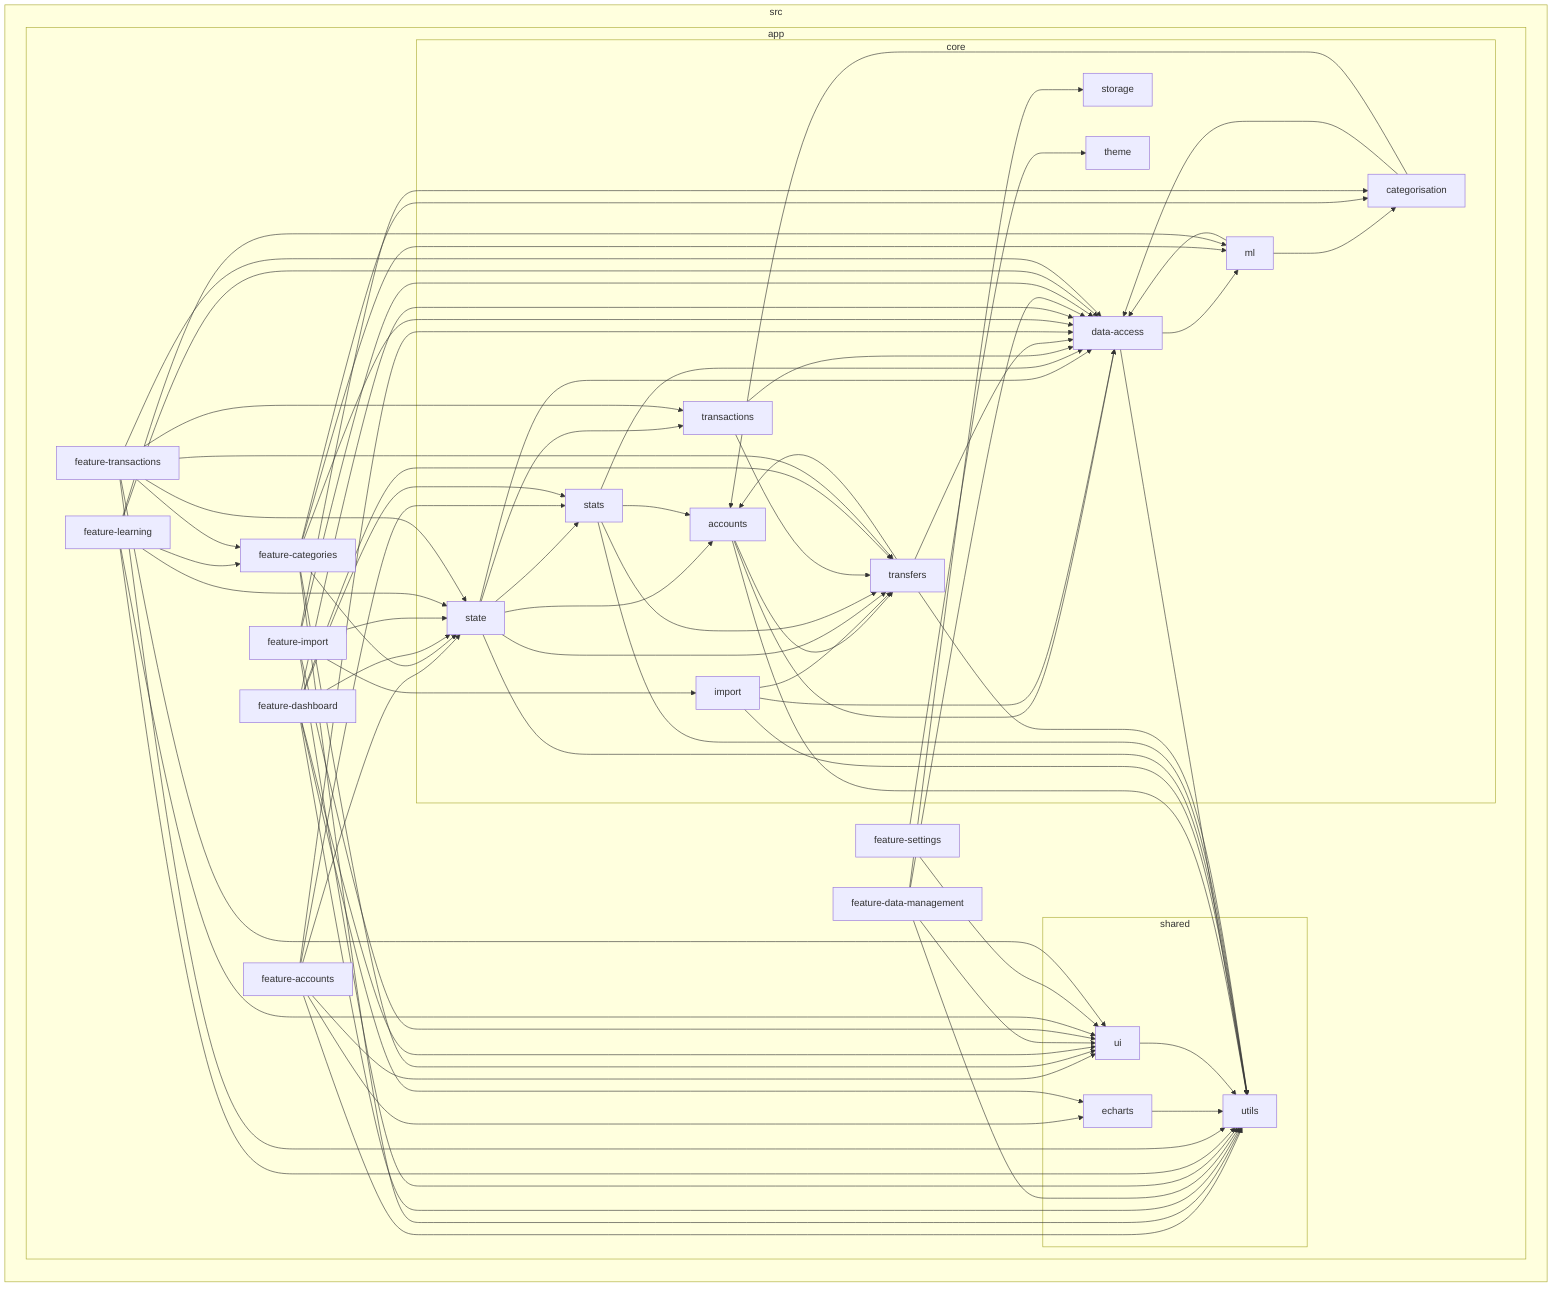
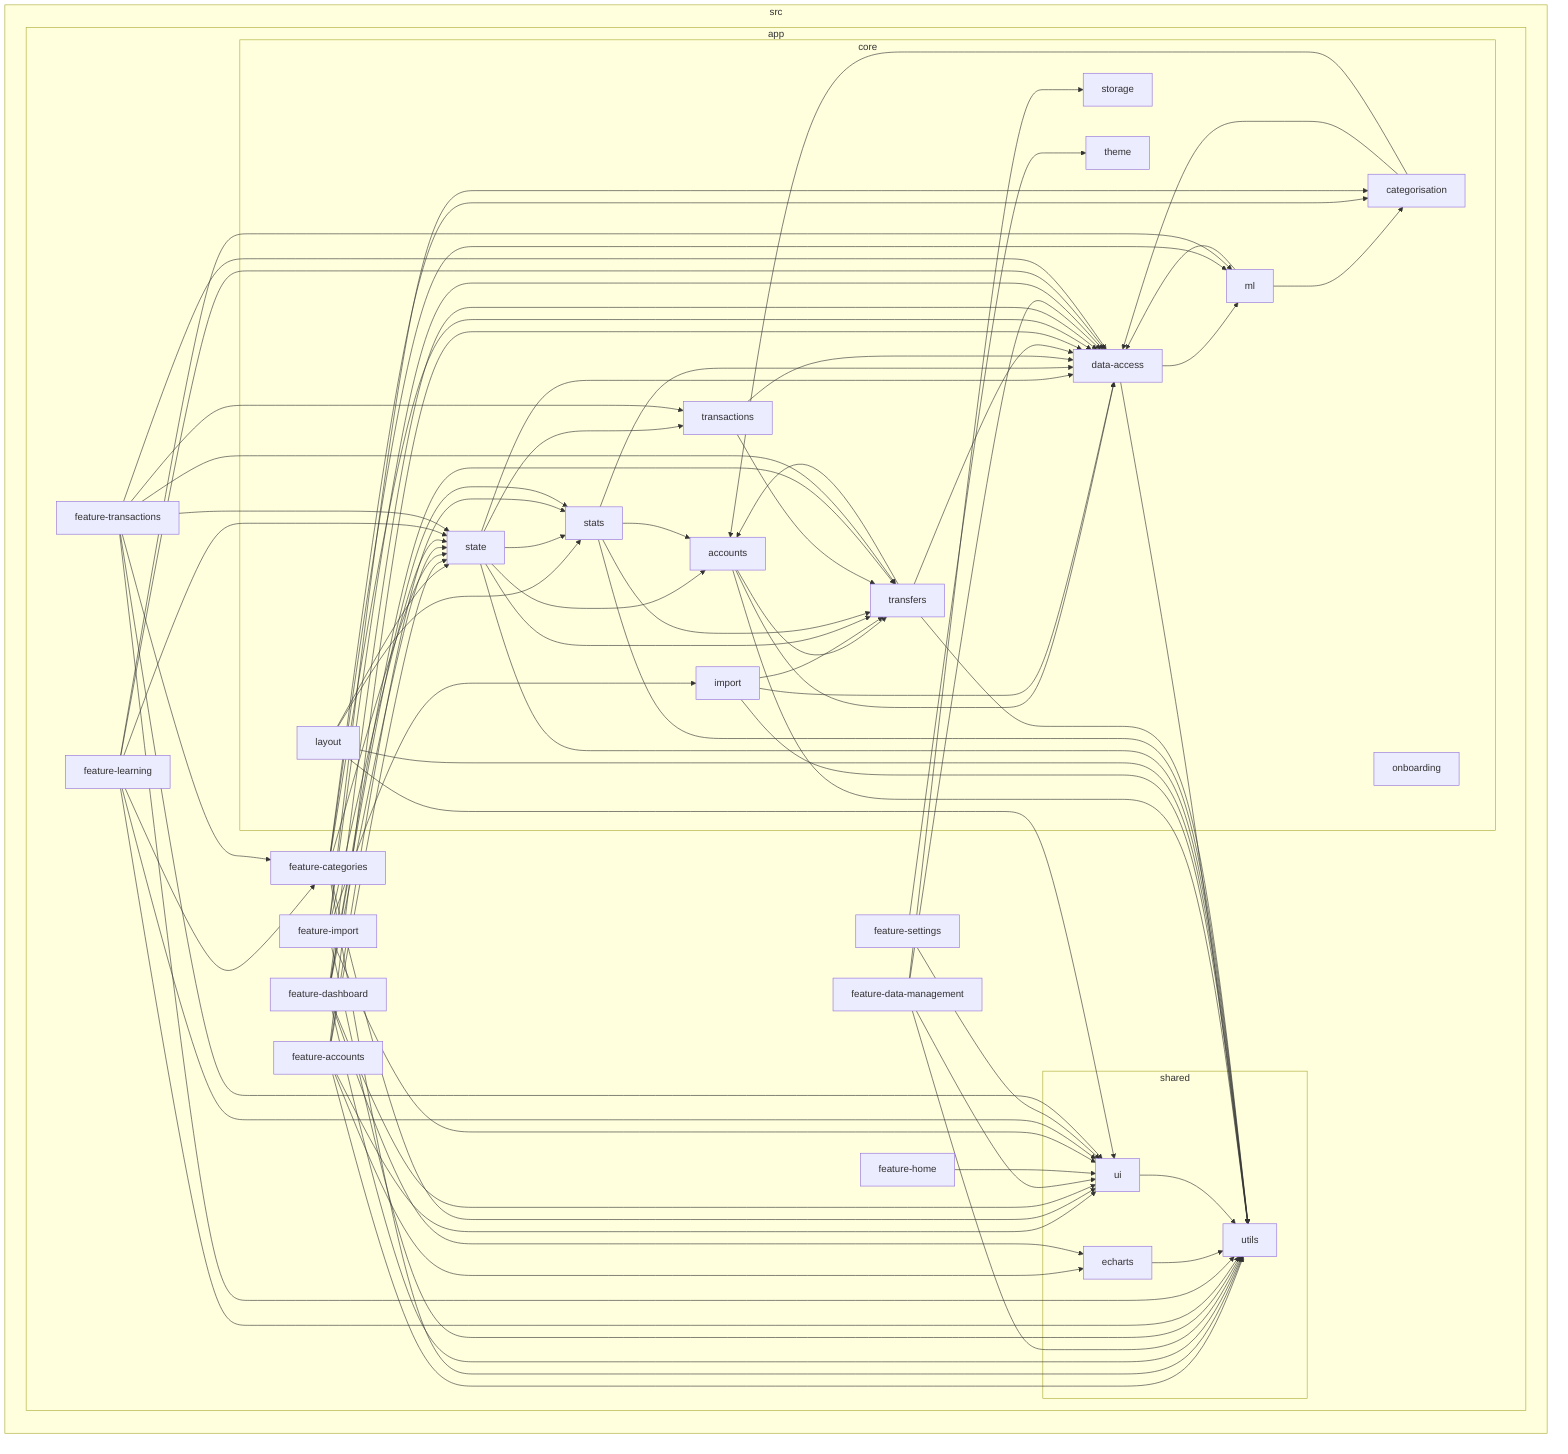
flowchart LR

subgraph 0["src"]
subgraph 1["app"]
subgraph 2["core"]
3["accounts"]
4["categorisation"]
5["data-access"]
6["import"]
- 7["ml"]
- 8["state"]
- 9["stats"]
- A["storage"]
- B["theme"]
- C["transactions"]
- D["transfers"]
+ 7["layout"]
+ 8["ml"]
+ 9["onboarding"]
+ A["state"]
+ B["stats"]
+ C["storage"]
+ D["theme"]
+ E["transactions"]
+ F["transfers"]
end
- E["feature-accounts"]
- F["feature-categories"]
- G["feature-dashboard"]
- H["feature-data-management"]
- I["feature-import"]
- J["feature-learning"]
- K["feature-settings"]
- L["feature-transactions"]
- subgraph M["shared"]
- N["echarts"]
- O["ui"]
- P["utils"]
+ G["feature-accounts"]
+ H["feature-categories"]
+ I["feature-dashboard"]
+ J["feature-data-management"]
+ K["feature-home"]
+ L["feature-import"]
+ M["feature-learning"]
+ N["feature-settings"]
+ O["feature-transactions"]
+ subgraph P["shared"]
+ Q["echarts"]
+ R["ui"]
+ S["utils"]
end
end
end
3-->5
- 3-->D
- 3-->P
+ 3-->F
+ 3-->S
4-->5
4-->3
- 5-->7
- 5-->P
+ 5-->8
+ 5-->S
6-->5
- 6-->P
- 6-->D
- 7-->4
- 7-->5
- 8-->3
+ 6-->S
+ 6-->F
+ 7-->A
+ 7-->B
+ 7-->R
+ 7-->S
+ 8-->4
8-->5
- 8-->9
- 8-->D
- 8-->P
- 8-->C
- 9-->5
- 9-->P
- 9-->3
- 9-->D
- C-->5
- C-->D
- D-->5
- D-->3
- D-->P
+ A-->3
+ A-->5
+ A-->B
+ A-->F
+ A-->S
+ A-->E
+ B-->5
+ B-->S
+ B-->3
+ B-->F
E-->5
- E-->N
- E-->8
- E-->O
- E-->P
- E-->9
+ E-->F
F-->5
- F-->8
- F-->O
- F-->P
- F-->4
- F-->7
+ F-->3
+ F-->S
G-->5
- G-->8
- G-->O
- G-->P
- G-->D
- G-->9
- G-->N
+ G-->Q
+ G-->A
+ G-->R
+ G-->S
+ G-->B
H-->5
H-->A
- H-->O
- H-->P
+ H-->R
+ H-->S
+ H-->4
+ H-->8
I-->5
- I-->6
- I-->O
- I-->P
- I-->8
- I-->4
- J-->O
- J-->7
- J-->8
- J-->F
+ I-->A
+ I-->R
+ I-->S
+ I-->F
+ I-->B
+ I-->Q
J-->5
- J-->P
- K-->B
- K-->O
+ J-->C
+ J-->R
+ J-->S
+ K-->R
L-->5
- L-->8
- L-->C
- L-->O
- L-->P
- L-->F
- L-->D
- N-->P
- O-->P
+ L-->6
+ L-->R
+ L-->S
+ L-->A
+ L-->4
+ M-->R
+ M-->8
+ M-->A
+ M-->H
+ M-->5
+ M-->S
+ N-->D
+ N-->R
+ O-->5
+ O-->A
+ O-->E
+ O-->R
+ O-->S
+ O-->H
+ O-->F
+ Q-->S
+ R-->S
